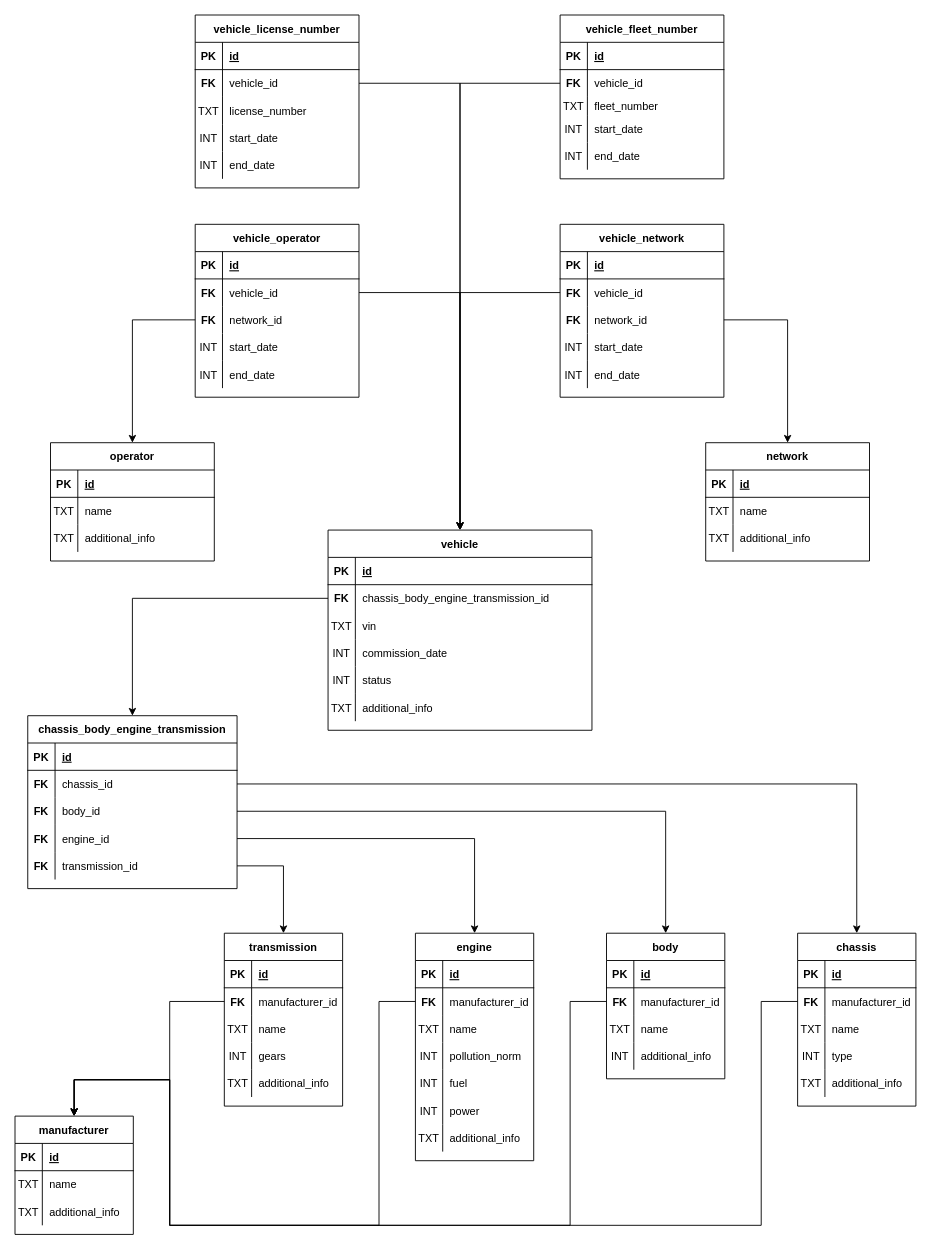
Above: docs/structure.drawio in Clement-2000/bdd (draw.io), before the change. Source tidied: cells renumbered, new cells numbered last; positions are measured from the earlier drawing's top-left corner, leaving out a move shared by most shapes. Both pictures are drawn from the tidied source at 91%, with x=0, y=0 at pixel (15, 15).
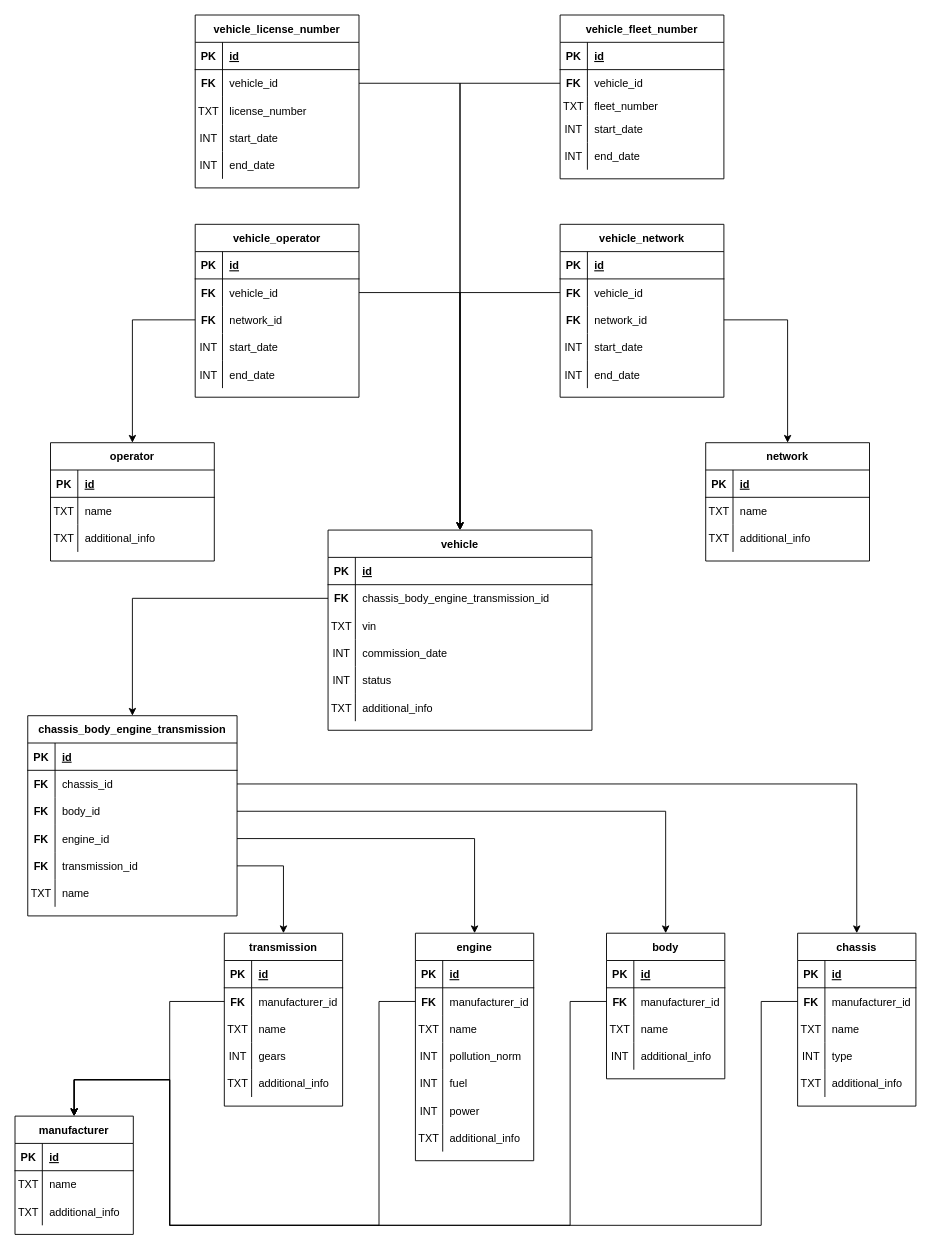
Above is the later version.

The edit, as a diff of the source:
```diff
@@
     <mxCell id="24" value="chassis_body_engine_transmission" style="shape=table;startSize=30;childLayout=tableLayout;rowLines=0;fontStyle=1;align=center;" parent="1" vertex="1">
-      <mxGeometry x="14" y="770" width="230" height="190" as="geometry" />
+      <mxGeometry x="14" y="770" width="230" height="220" as="geometry" />
     </mxCell>
@@
+    <mxCell id="213" style="shape=tableRow;horizontal=0;startSize=0;swimlaneHead=0;swimlaneBody=0;fillColor=none;top=0;left=0;right=0;bottom=0;" parent="24" vertex="1">
+      <mxGeometry y="180" width="230" height="30" as="geometry" />
+    </mxCell>
+    <mxCell id="214" value="TXT" style="shape=partialRectangle;fillColor=none;top=0;left=0;bottom=0;right=0;overflow=hidden;fontStyle=0;" parent="213" vertex="1">
+      <mxGeometry width="30" height="30" as="geometry" />
+    </mxCell>
+    <mxCell id="215" value="name" style="shape=partialRectangle;fillColor=none;top=0;left=0;bottom=0;right=0;align=left;spacingLeft=6;overflow=hidden;" parent="213" vertex="1">
+      <mxGeometry x="30" width="200" height="30" as="geometry" />
+    </mxCell>
```
